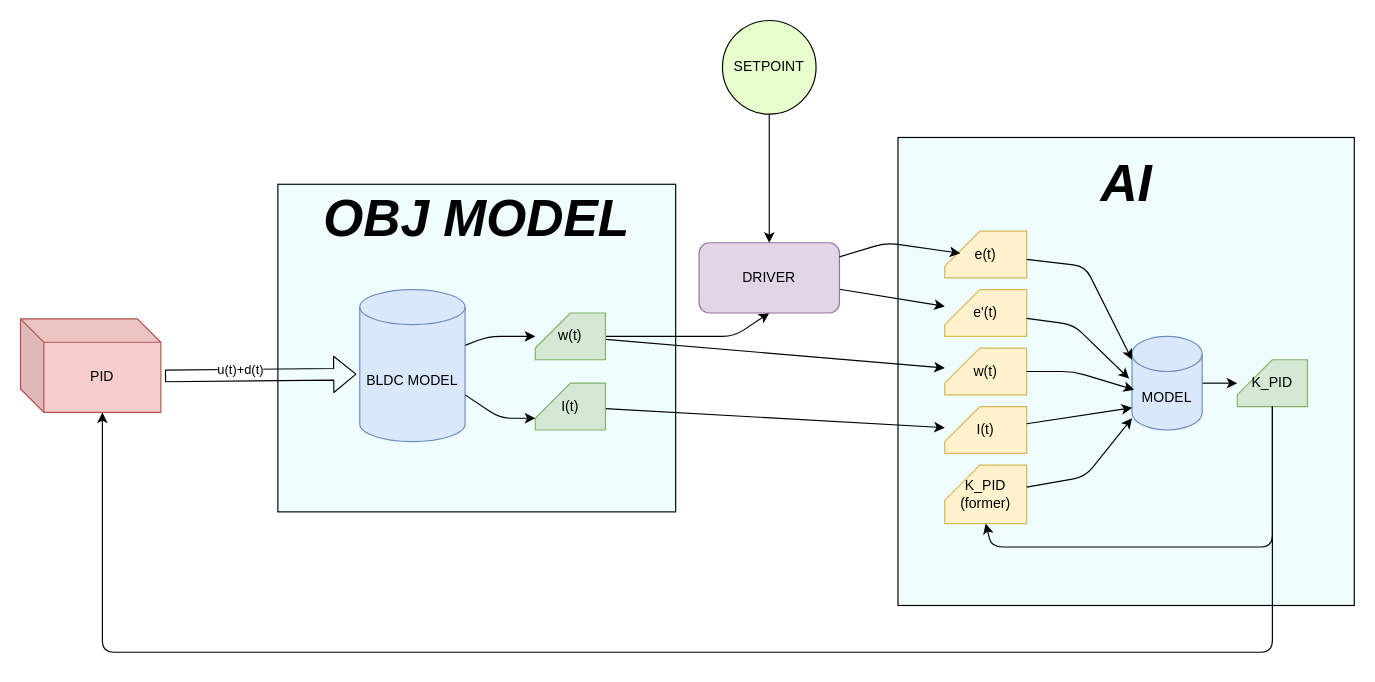
Dawid-Robak-IG/AD_raPIDas keeps this draw.io diagram as docs/system_atchitecture.drawio. Above is the earlier version. Source tidied: cells renumbered, new cells numbered last; positions are measured from the earlier drawing's top-left corner, leaving out a move shared by most shapes. Both pictures are drawn from the tidied source at 117%, with x=0, y=0 at pixel (20, 20).
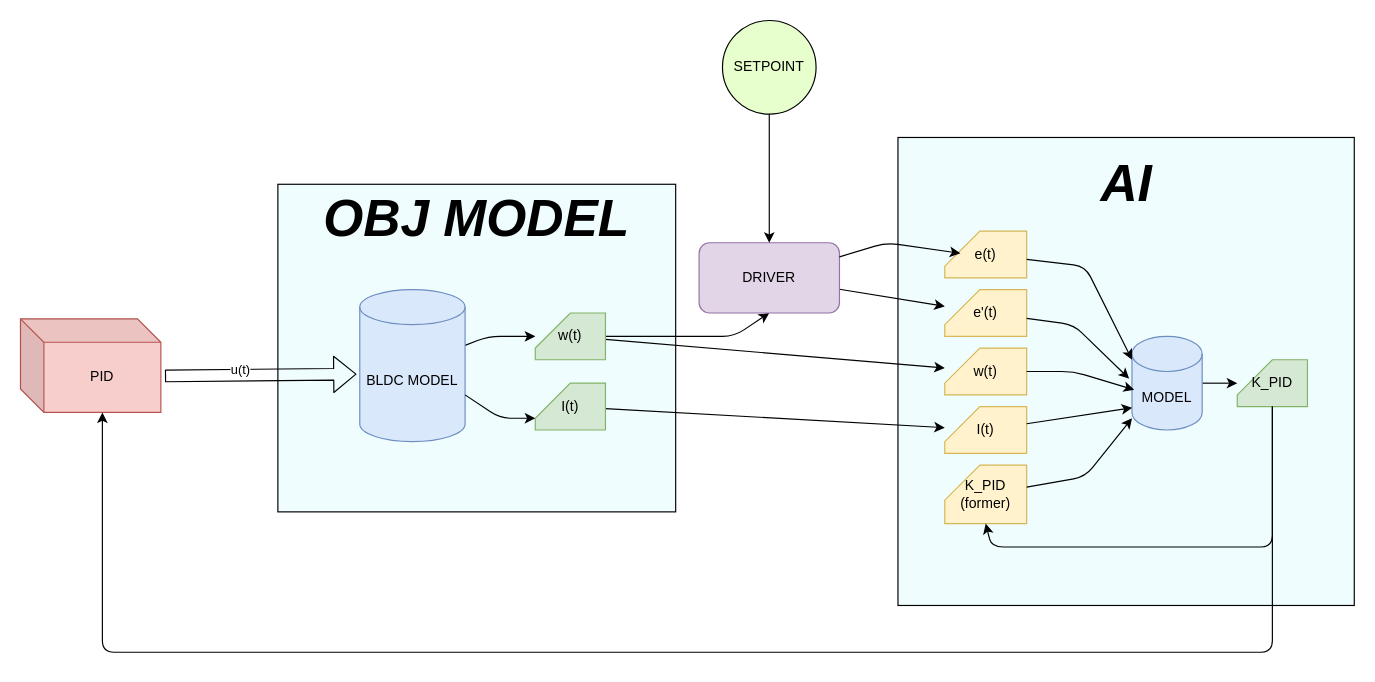
The same page after the edit.

Commit message (it also covers changes not shown here):
update backlog, erase noise func from sys architekture

Unchanged cells that the change refers to:
```xml
<mxCell id="21" style="shape=flexArrow;endArrow=classic;html=1;strokeWidth=1;exitX=1.029;exitY=0.61;exitDx=0;exitDy=0;exitPerimeter=0;entryX=-0.031;entryY=0.556;entryDx=0;entryDy=0;entryPerimeter=0;" parent="1" edge="1" source="20" target="19">
  <mxGeometry relative="1" as="geometry" />
</mxCell>
```

The edit, as a diff of the source:
```diff
@@
-    <mxCell id="22" value="u(t)+d(t)" style="edgeLabel;html=1;align=center;verticalAlign=middle;" parent="21" vertex="1">
+    <mxCell id="22" value="u(t)" style="edgeLabel;html=1;align=center;verticalAlign=middle;" parent="21" vertex="1">
       <mxGeometry x="-0.22" y="5" relative="1" as="geometry" />
     </mxCell>
```
